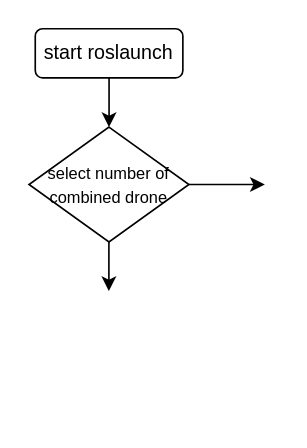
RealChestnut/RealChestnut keeps this draw.io diagram as combined_Logic.drawio. Above is the earlier version. Source tidied: cells renumbered, new cells numbered last; positions are measured from the earlier drawing's top-left corner, leaving out a move shared by most shapes. Both pictures are drawn from the tidied source at 164%, with x=0, y=0 at pixel (28, 28).
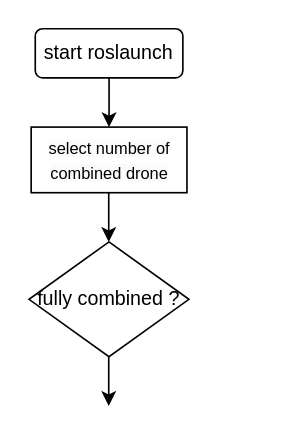
The same page after the edit.

Change to the diagram source:
```diff
@@
 <mxGraphModel>
   <root>
     <mxCell id="0" />
     <mxCell id="1" parent="0" />
     <mxCell id="2" value="start roslaunch" style="rounded=1;whiteSpace=wrap;html=1;" parent="1" vertex="1">
       <mxGeometry x="4" width="90" height="30" as="geometry" />
     </mxCell>
     <mxCell id="3" style="endArrow=classic;html=1;rounded=0;exitX=0.5;exitY=1;exitDx=0;exitDy=0;" parent="1" edge="1" source="2">
       <mxGeometry relative="1" as="geometry">
         <mxPoint x="49" y="60" as="targetPoint" />
       </mxGeometry>
     </mxCell>
-    <mxCell id="4" value="&lt;font style=&quot;font-size: 10px;&quot;&gt;select number of combined drone&lt;/font&gt;" style="rhombus;whiteSpace=wrap;html=1;" parent="1" vertex="1">
-      <mxGeometry x="0.2" y="60" width="97.5" height="70" as="geometry" />
+    <mxCell id="4" value="fully combined ?" style="rhombus;whiteSpace=wrap;html=1;" parent="1" vertex="1">
+      <mxGeometry x="0.2" y="130" width="97.5" height="70" as="geometry" />
     </mxCell>
     <mxCell id="5" style="endArrow=classic;html=1;rounded=0;exitX=0.5;exitY=1;exitDx=0;exitDy=0;" parent="1" edge="1">
       <mxGeometry relative="1" as="geometry">
-        <mxPoint x="48.9" y="130" as="sourcePoint" />
-        <mxPoint x="48.9" y="160" as="targetPoint" />
+        <mxPoint x="48.8" y="100" as="sourcePoint" />
+        <mxPoint x="48.8" y="130" as="targetPoint" />
       </mxGeometry>
     </mxCell>
-    <mxCell id="6" style="endArrow=classic;html=1;rounded=0;exitX=1;exitY=0.5;exitDx=0;exitDy=0;" parent="1" edge="1" source="4">
-      <mxGeometry relative="1" as="geometry">
-        <mxPoint x="144" y="95" as="targetPoint" />
-      </mxGeometry>
-    </mxCell>
+    <mxCell id="7" value="&lt;span style=&quot;color: rgb(0, 0, 0); font-family: Helvetica; font-size: 10px; font-style: normal; font-variant-ligatures: normal; font-variant-caps: normal; font-weight: 400; letter-spacing: normal; orphans: 2; text-align: center; text-indent: 0px; text-transform: none; widows: 2; word-spacing: 0px; -webkit-text-stroke-width: 0px; background-color: rgb(251, 251, 251); text-decoration-thickness: initial; text-decoration-style: initial; text-decoration-color: initial; float: none; display: inline !important;&quot;&gt;select number of combined drone&lt;/span&gt;" style="rounded=0;whiteSpace=wrap;html=1;" parent="1" vertex="1">
+      <mxGeometry x="1.5" y="60" width="95" height="40" as="geometry" />
+    </mxCell>
+    <mxCell id="8" style="endArrow=classic;html=1;rounded=0;exitX=0.5;exitY=1;exitDx=0;exitDy=0;" parent="1" edge="1">
+      <mxGeometry relative="1" as="geometry">
+        <mxPoint x="48.8" y="200" as="sourcePoint" />
+        <mxPoint x="48.8" y="230" as="targetPoint" />
+      </mxGeometry>
+    </mxCell>
   </root>
 </mxGraphModel>
```
